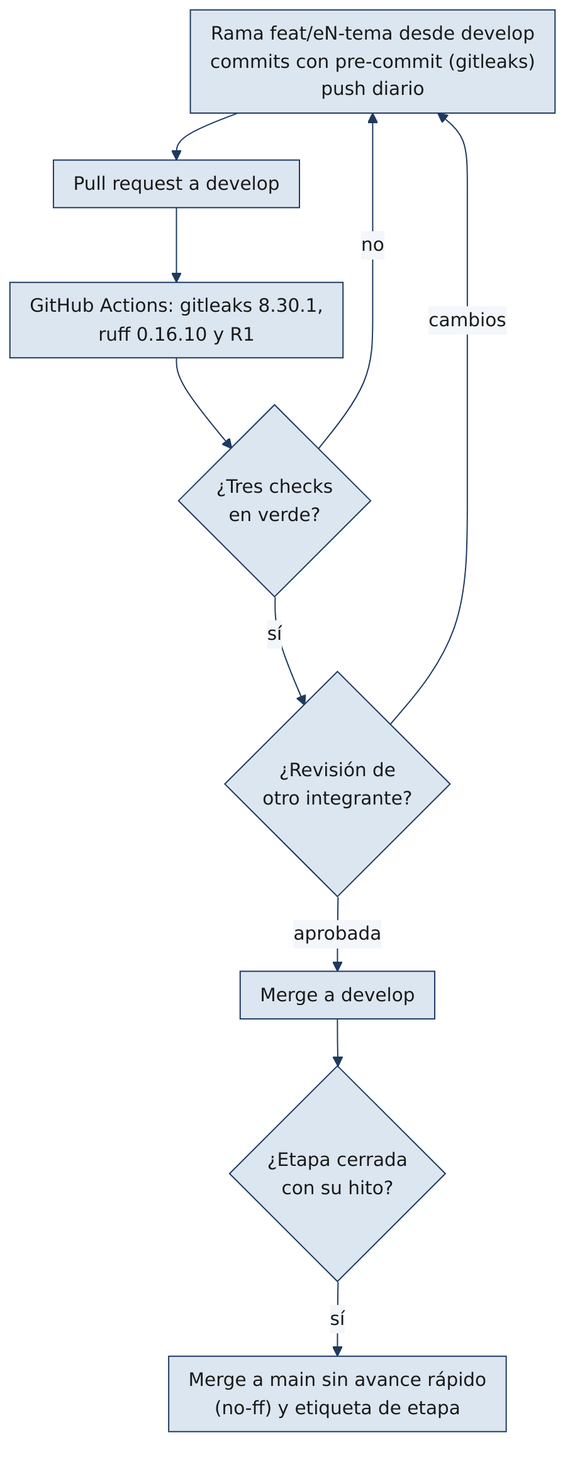
Earlier version of the Mermaid export docs/diagramas/14_flujo_ci.png (soaria186/kronos-ai). Its source is kept beside it as docs/diagramas/14_flujo_ci.mmd.
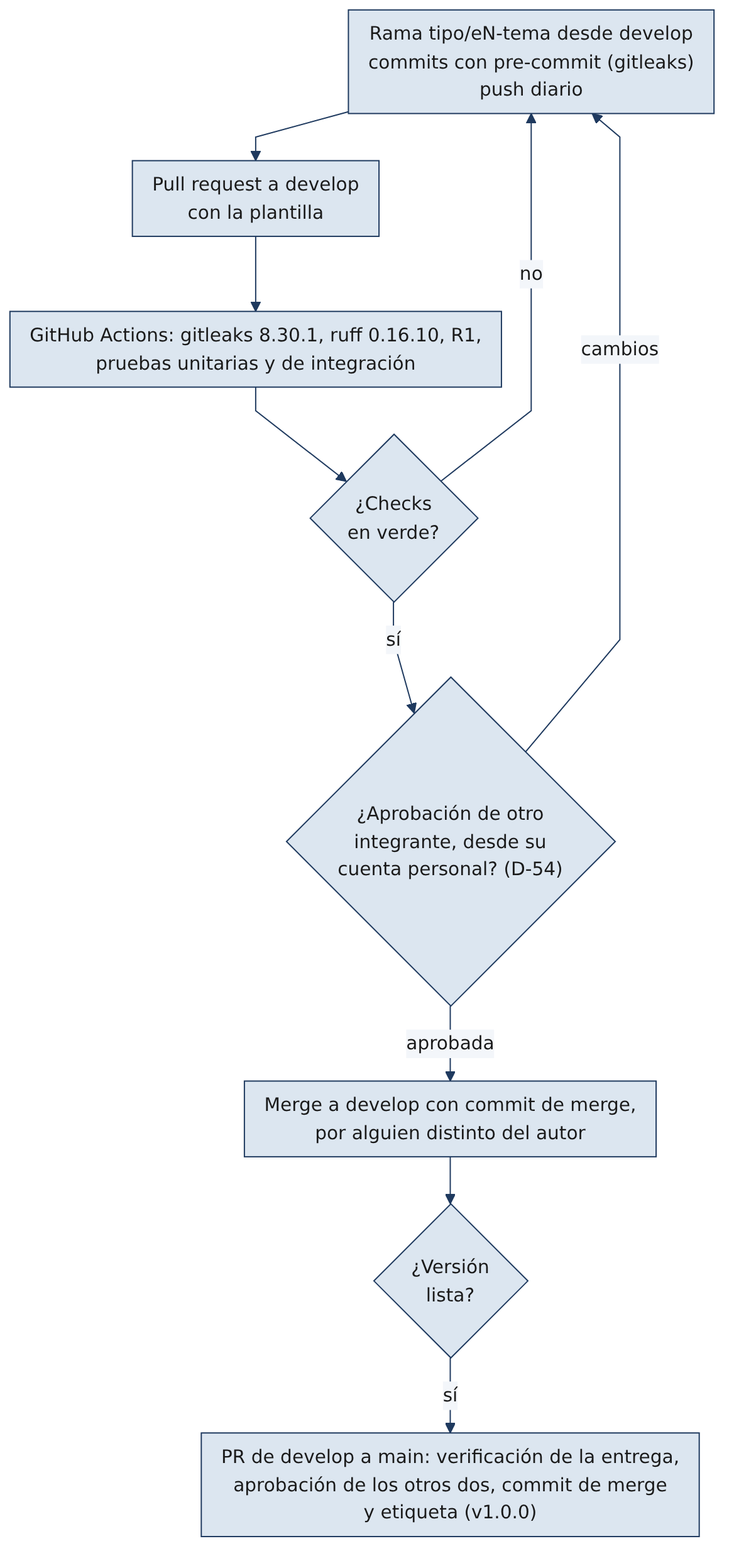
After the commit.

Change to the diagram source:
```diff
@@ -1,10 +1,10 @@
 flowchart TB
-    A["Rama feat/eN-tema desde develop<br/>commits con pre-commit (gitleaks)<br/>push diario"] --> D["Pull request a develop"]
-    D --> E["GitHub Actions: gitleaks 8.30.1,<br/>ruff 0.16.10 y R1"]
-    E --> F{"¿Tres checks<br/>en verde?"}
+    A["Rama tipo/eN-tema desde develop<br/>commits con pre-commit (gitleaks)<br/>push diario"] --> D["Pull request a develop<br/>con la plantilla"]
+    D --> E["GitHub Actions: gitleaks 8.30.1, ruff 0.16.10, R1,<br/>pruebas unitarias y de integración"]
+    E --> F{"¿Checks<br/>en verde?"}
     F -- "no" --> A
-    F -- "sí" --> R{"¿Revisión de<br/>otro integrante?"}
+    F -- "sí" --> R{"¿Aprobación de otro<br/>integrante, desde su<br/>cuenta personal? (D-54)"}
     R -- "cambios" --> A
-    R -- "aprobada" --> M["Merge a develop"]
-    M --> S{"¿Etapa cerrada<br/>con su hito?"}
-    S -- "sí" --> T["Merge a main sin avance rápido<br/>(no-ff) y etiqueta de etapa"]
+    R -- "aprobada" --> M["Merge a develop con commit de merge,<br/>por alguien distinto del autor"]
+    M --> S{"¿Versión<br/>lista?"}
+    S -- "sí" --> T["PR de develop a main: verificación de la entrega,<br/>aprobación de los otros dos, commit de merge<br/>y etiqueta (v1.0.0)"]
```
